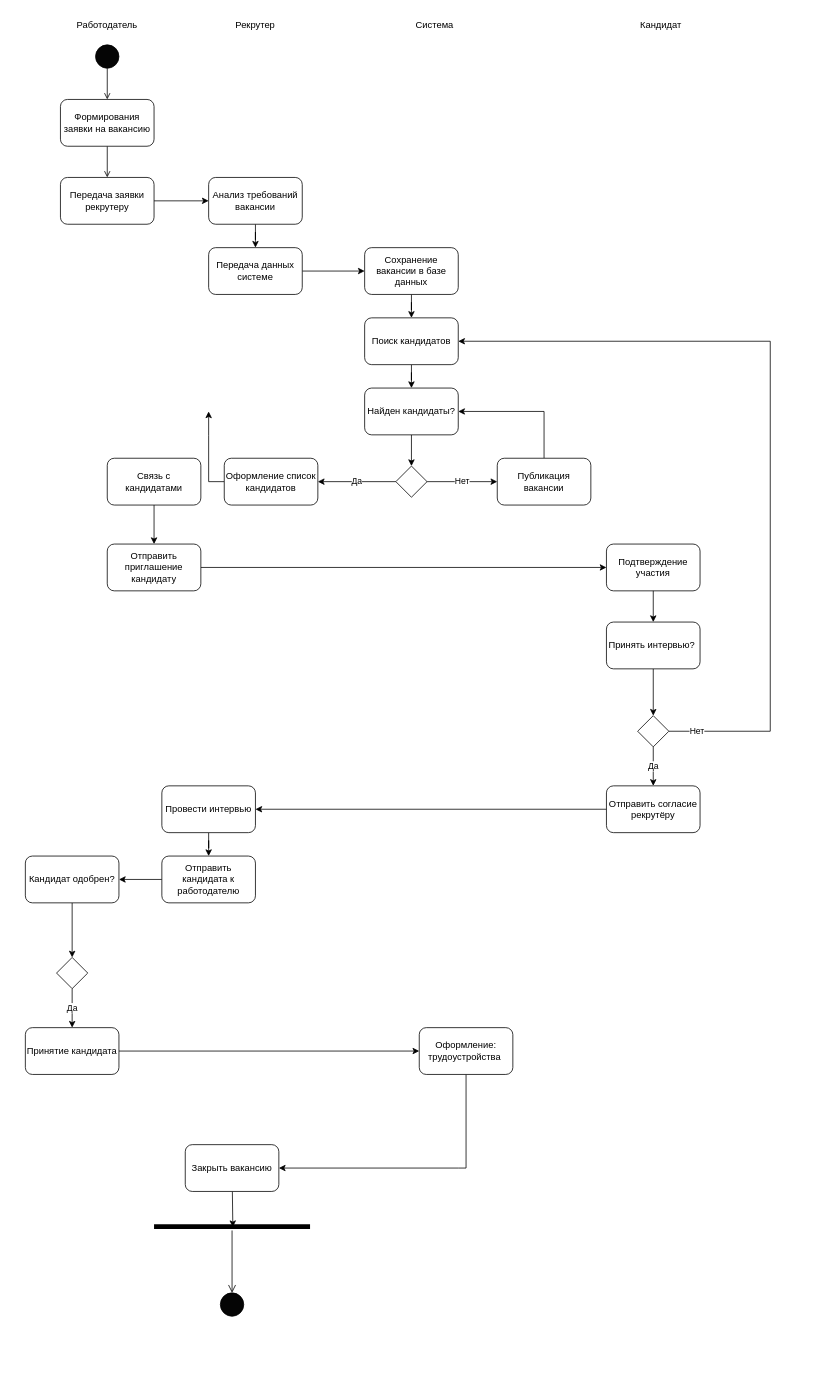
Regdal-cyber/Coursework keeps this draw.io diagram as Диаграмма_деятельности.drawio. Above is the earlier version. Source tidied: cells renumbered, new cells numbered last; positions are measured from the earlier drawing's top-left corner, leaving out a move shared by most shapes. Both pictures are drawn from the tidied source at 78%, with x=0, y=0 at pixel (25, 13).
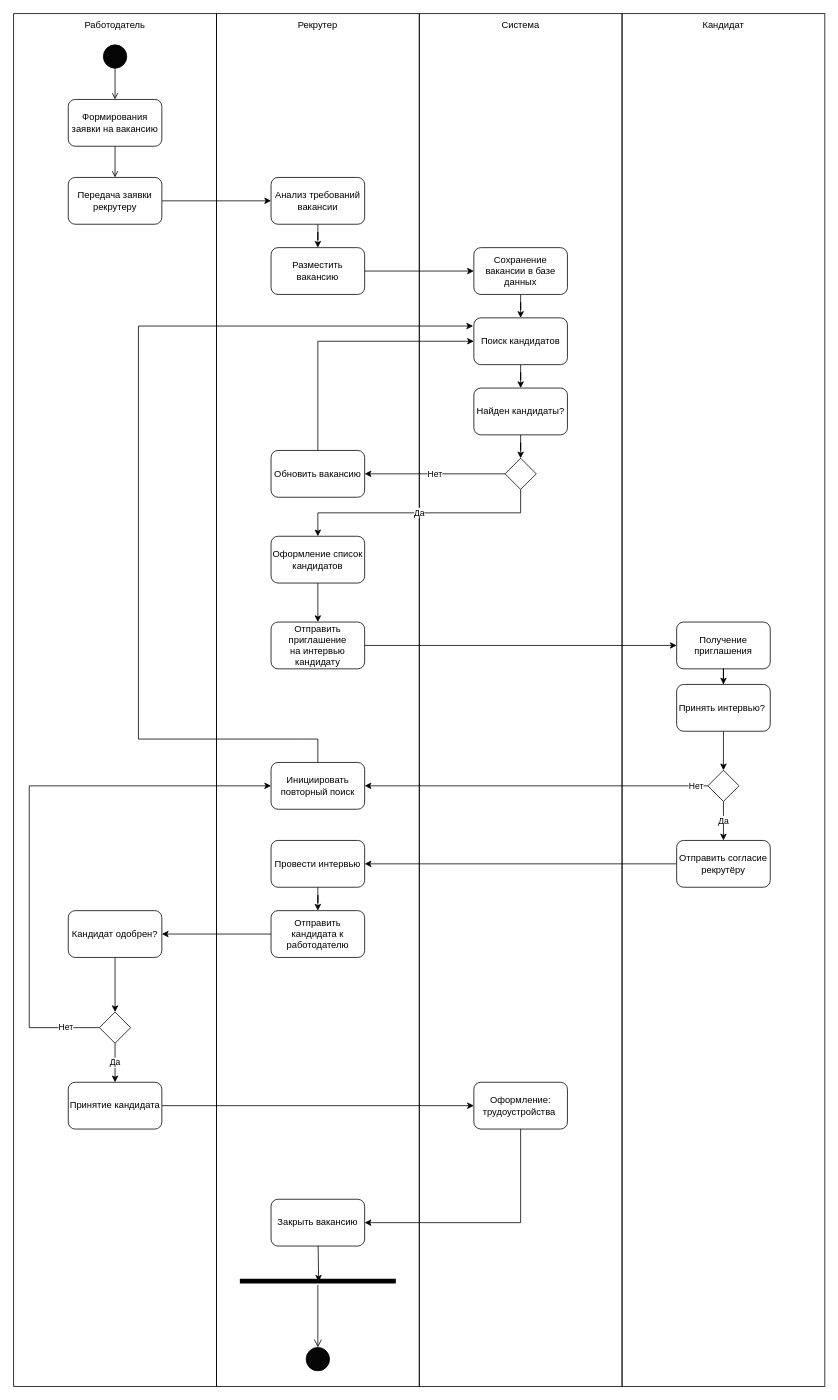
After the change.

Diff of the diagram source:
```diff
@@
+    <mxCell id="59" style="rounded=0;whiteSpace=wrap;html=1;fillColor=none;" parent="1" vertex="1">
+      <mxGeometry x="765" width="260" height="1760" as="geometry" />
+    </mxCell>
+    <mxCell id="60" style="rounded=0;whiteSpace=wrap;html=1;fillColor=none;" parent="1" vertex="1">
+      <mxGeometry x="505" width="260" height="1760" as="geometry" />
+    </mxCell>
+    <mxCell id="61" style="rounded=0;whiteSpace=wrap;html=1;fillColor=none;" parent="1" vertex="1">
+      <mxGeometry x="245" width="260" height="1760" as="geometry" />
+    </mxCell>
+    <mxCell id="62" style="rounded=0;whiteSpace=wrap;html=1;fillColor=none;" parent="1" vertex="1">
+      <mxGeometry x="-15" width="260" height="1760" as="geometry" />
+    </mxCell>
@@
     <mxCell id="3" style="ellipse;whiteSpace=wrap;html=1;fillColor=#050505;" parent="1" vertex="1">
-      <mxGeometry x="90" y="40" width="30" height="30" as="geometry" />
+      <mxGeometry x="100" y="40" width="30" height="30" as="geometry" />
     </mxCell>
@@
     <mxCell id="5" value="Формирования заявки на вакансию" style="rounded=1;whiteSpace=wrap;html=1;" parent="1" vertex="1">
-      <mxGeometry x="45" y="110" width="120" height="60" as="geometry" />
+      <mxGeometry x="55" y="110" width="120" height="60" as="geometry" />
     </mxCell>
     <mxCell id="6" value="Работодатель" style="text;html=1;whiteSpace=wrap;strokeColor=none;fillColor=none;align=center;verticalAlign=middle;rounded=0;" parent="1" vertex="1">
-      <mxGeometry x="75" width="60" height="30" as="geometry" />
+      <mxGeometry x="85" width="60" height="30" as="geometry" />
     </mxCell>
@@
     <mxCell id="8" value="Передача заявки рекрутеру" style="rounded=1;whiteSpace=wrap;html=1;" parent="1" vertex="1">
-      <mxGeometry x="45" y="210" width="120" height="60" as="geometry" />
+      <mxGeometry x="55" y="210" width="120" height="60" as="geometry" />
     </mxCell>
     <mxCell id="9" value="Рекрутер" style="text;html=1;whiteSpace=wrap;strokeColor=none;fillColor=none;align=center;verticalAlign=middle;rounded=0;" parent="1" vertex="1">
-      <mxGeometry x="265" width="60" height="30" as="geometry" />
+      <mxGeometry x="345" width="60" height="30" as="geometry" />
     </mxCell>
@@
     <mxCell id="11" value="Анализ требований вакансии" style="rounded=1;whiteSpace=wrap;html=1;" parent="1" vertex="1">
-      <mxGeometry x="235" y="210" width="120" height="60" as="geometry" />
+      <mxGeometry x="315" y="210" width="120" height="60" as="geometry" />
     </mxCell>
@@
-    <mxCell id="13" value="Передача данных системе" style="rounded=1;whiteSpace=wrap;html=1;" parent="1" vertex="1">
-      <mxGeometry x="235" y="300" width="120" height="60" as="geometry" />
+    <mxCell id="13" value="Разместить вакансию" style="rounded=1;whiteSpace=wrap;html=1;" parent="1" vertex="1">
+      <mxGeometry x="315" y="300" width="120" height="60" as="geometry" />
     </mxCell>
@@
     <mxCell id="15" value="Сохранение вакансии в базе данных" style="rounded=1;whiteSpace=wrap;html=1;" parent="1" vertex="1">
-      <mxGeometry x="435" y="300" width="120" height="60" as="geometry" />
+      <mxGeometry x="575" y="300" width="120" height="60" as="geometry" />
     </mxCell>
@@
     <mxCell id="17" value="Поиск кандидатов" style="rounded=1;whiteSpace=wrap;html=1;" parent="1" vertex="1">
-      <mxGeometry x="435" y="390" width="120" height="60" as="geometry" />
+      <mxGeometry x="575" y="390" width="120" height="60" as="geometry" />
     </mxCell>
@@
-    <mxCell id="19" value="Да" style="edgeStyle=orthogonalEdgeStyle;rounded=0;jettySize=auto;html=1;exitX=0;exitY=0.5;exitDx=0;exitDy=0;" parent="1" edge="1" source="20" target="41">
+    <mxCell id="19" value="Да" style="edgeStyle=orthogonalEdgeStyle;rounded=0;jettySize=auto;html=1;exitX=0.5;exitY=1;exitDx=0;exitDy=0;" parent="1" edge="1" source="20" target="41">
       <mxGeometry relative="1" as="geometry" />
     </mxCell>
     <mxCell id="20" style="rhombus;whiteSpace=wrap;html=1;" parent="1" vertex="1">
-      <mxGeometry x="475" y="580" width="40" height="40" as="geometry" />
+      <mxGeometry x="615" y="570" width="40" height="40" as="geometry" />
     </mxCell>
-    <mxCell id="21" style="edgeStyle=orthogonalEdgeStyle;rounded=0;jettySize=auto;html=1;entryX=1;entryY=0.5;entryDx=0;entryDy=0;exitX=0.5;exitY=0;exitDx=0;exitDy=0;" parent="1" edge="1" source="22" target="34">
+    <mxCell id="21" style="edgeStyle=orthogonalEdgeStyle;rounded=0;jettySize=auto;html=1;entryX=0;entryY=0.5;entryDx=0;entryDy=0;exitX=0.5;exitY=0;exitDx=0;exitDy=0;" parent="1" edge="1" source="22" target="17">
       <mxGeometry relative="1" as="geometry" />
     </mxCell>
-    <mxCell id="22" value="Публикация вакансии" style="rounded=1;whiteSpace=wrap;html=1;" parent="1" vertex="1">
-      <mxGeometry x="605" y="570" width="120" height="60" as="geometry" />
+    <mxCell id="22" value="Обновить вакансию" style="rounded=1;whiteSpace=wrap;html=1;" parent="1" vertex="1">
+      <mxGeometry x="315" y="560" width="120" height="60" as="geometry" />
     </mxCell>
-    <mxCell id="23" style="edgeStyle=orthogonalEdgeStyle;rounded=0;jettySize=auto;html=1;" parent="1" edge="1" source="24" target="26">
-      <mxGeometry relative="1" as="geometry" />
-    </mxCell>
-    <mxCell id="24" value="Связь с кандидатами" style="rounded=1;whiteSpace=wrap;html=1;" parent="1" vertex="1">
-      <mxGeometry x="105" y="570" width="120" height="60" as="geometry" />
-    </mxCell>
-    <mxCell id="25" style="edgeStyle=orthogonalEdgeStyle;rounded=0;jettySize=auto;html=1;" parent="1" edge="1" source="26" target="28">
+    <mxCell id="25" style="edgeStyle=orthogonalEdgeStyle;rounded=0;jettySize=auto;html=1;exitX=1;exitY=0.5;exitDx=0;exitDy=0;entryX=0;entryY=0.5;entryDx=0;entryDy=0;" parent="1" edge="1" source="26" target="28">
       <mxGeometry relative="1" as="geometry" />
     </mxCell>
-    <mxCell id="26" value="Отправить приглашение кандидату" style="rounded=1;whiteSpace=wrap;html=1;" parent="1" vertex="1">
-      <mxGeometry x="105" y="680" width="120" height="60" as="geometry" />
+    <mxCell id="26" value="Отправить приглашение&lt;div&gt;на интервью кандидату&lt;/div&gt;" style="rounded=1;whiteSpace=wrap;html=1;" parent="1" vertex="1">
+      <mxGeometry x="315" y="780" width="120" height="60" as="geometry" />
     </mxCell>
@@
-    <mxCell id="28" value="Подтверждение участия" style="rounded=1;whiteSpace=wrap;html=1;" parent="1" vertex="1">
-      <mxGeometry x="745" y="680" width="120" height="60" as="geometry" />
+    <mxCell id="28" value="Получение приглашения" style="rounded=1;whiteSpace=wrap;html=1;" parent="1" vertex="1">
+      <mxGeometry x="835" y="780" width="120" height="60" as="geometry" />
     </mxCell>
@@
-    <mxCell id="30" value="Нет" style="edgeStyle=orthogonalEdgeStyle;rounded=0;jettySize=auto;html=1;entryX=1;entryY=0.5;entryDx=0;entryDy=0;exitX=1;exitY=0.5;exitDx=0;exitDy=0;" parent="1" edge="1" source="31" target="17">
+    <mxCell id="30" value="Нет" style="edgeStyle=orthogonalEdgeStyle;rounded=0;jettySize=auto;html=1;exitX=0;exitY=0.5;exitDx=0;exitDy=0;entryX=1;entryY=0.5;entryDx=0;entryDy=0;" parent="1" edge="1" source="31" target="66">
       <mxGeometry x="-0.93" relative="1" as="geometry">
         <Array as="points">
-          <mxPoint x="955" y="920" />
-          <mxPoint x="955" y="420" />
+          <mxPoint x="475" y="990" />
+          <mxPoint x="475" y="990" />
         </Array>
       </mxGeometry>
     </mxCell>
     <mxCell id="31" style="rhombus;whiteSpace=wrap;html=1;" parent="1" vertex="1">
-      <mxGeometry x="785" y="900" width="40" height="40" as="geometry" />
+      <mxGeometry x="875" y="970" width="40" height="40" as="geometry" />
     </mxCell>
     <mxCell id="32" value="Кандидат" style="text;html=1;whiteSpace=wrap;strokeColor=none;fillColor=none;align=center;verticalAlign=middle;rounded=0;" parent="1" vertex="1">
-      <mxGeometry x="785" width="60" height="30" as="geometry" />
+      <mxGeometry x="865" width="60" height="30" as="geometry" />
     </mxCell>
@@
     <mxCell id="34" value="Найден кандидаты?" style="rounded=1;whiteSpace=wrap;html=1;" parent="1" vertex="1">
-      <mxGeometry x="435" y="480" width="120" height="60" as="geometry" />
+      <mxGeometry x="575" y="480" width="120" height="60" as="geometry" />
     </mxCell>
@@
     <mxCell id="36" value="Принять интервью?&amp;nbsp;" style="rounded=1;whiteSpace=wrap;html=1;" parent="1" vertex="1">
-      <mxGeometry x="745" y="780" width="120" height="60" as="geometry" />
+      <mxGeometry x="835" y="860" width="120" height="60" as="geometry" />
     </mxCell>
     <mxCell id="37" value="Система" style="text;html=1;whiteSpace=wrap;strokeColor=none;fillColor=none;align=center;verticalAlign=middle;rounded=0;" parent="1" vertex="1">
-      <mxGeometry x="495" width="60" height="30" as="geometry" />
+      <mxGeometry x="605" width="60" height="30" as="geometry" />
     </mxCell>
@@
     <mxCell id="39" value="Отправить согласие рекрутёру" style="rounded=1;whiteSpace=wrap;html=1;" parent="1" vertex="1">
-      <mxGeometry x="745" y="990" width="120" height="60" as="geometry" />
+      <mxGeometry x="835" y="1060" width="120" height="60" as="geometry" />
     </mxCell>
-    <mxCell id="40" style="edgeStyle=orthogonalEdgeStyle;rounded=0;jettySize=auto;html=1;" parent="1" edge="1" source="41">
-      <mxGeometry relative="1" as="geometry">
-        <mxPoint x="235" y="510" as="targetPoint" />
-      </mxGeometry>
-    </mxCell>
+    <mxCell id="63" style="edgeStyle=orthogonalEdgeStyle;rounded=0;jettySize=auto;html=1;entryX=0.5;entryY=0;entryDx=0;entryDy=0;" parent="1" edge="1" source="41" target="26">
+      <mxGeometry relative="1" as="geometry" />
+    </mxCell>
     <mxCell id="41" value="Оформление список кандидатов" style="rounded=1;whiteSpace=wrap;html=1;" parent="1" vertex="1">
-      <mxGeometry x="255" y="570" width="120" height="60" as="geometry" />
+      <mxGeometry x="315" y="670" width="120" height="60" as="geometry" />
     </mxCell>
@@
     <mxCell id="43" value="Провести интервью" style="rounded=1;whiteSpace=wrap;html=1;" parent="1" vertex="1">
-      <mxGeometry x="175" y="990" width="120" height="60" as="geometry" />
+      <mxGeometry x="315" y="1060" width="120" height="60" as="geometry" />
     </mxCell>
@@
     <mxCell id="45" value="Отправить кандидата к работодателю" style="rounded=1;whiteSpace=wrap;html=1;" parent="1" vertex="1">
-      <mxGeometry x="175" y="1080" width="120" height="60" as="geometry" />
+      <mxGeometry x="315" y="1150" width="120" height="60" as="geometry" />
     </mxCell>
@@
     <mxCell id="47" value="Кандидат одобрен?" style="rounded=1;whiteSpace=wrap;html=1;" parent="1" vertex="1">
-      <mxGeometry y="1080" width="120" height="60" as="geometry" />
+      <mxGeometry x="55" y="1150" width="120" height="60" as="geometry" />
     </mxCell>
@@
+    <mxCell id="64" value="Нет" style="edgeStyle=orthogonalEdgeStyle;rounded=0;jettySize=auto;html=1;entryX=0;entryY=0.5;entryDx=0;entryDy=0;" parent="1" edge="1" source="49" target="66">
+      <mxGeometry x="-0.88" relative="1" as="geometry">
+        <Array as="points">
+          <mxPoint x="5" y="1300" />
+          <mxPoint x="5" y="990" />
+        </Array>
+      </mxGeometry>
+    </mxCell>
     <mxCell id="49" style="rhombus;whiteSpace=wrap;html=1;" parent="1" vertex="1">
-      <mxGeometry x="40" y="1210" width="40" height="40" as="geometry" />
+      <mxGeometry x="95" y="1280" width="40" height="40" as="geometry" />
     </mxCell>
@@
     <mxCell id="51" value="Принятие кандидата" style="rounded=1;whiteSpace=wrap;html=1;" parent="1" vertex="1">
-      <mxGeometry y="1300" width="120" height="60" as="geometry" />
+      <mxGeometry x="55" y="1370" width="120" height="60" as="geometry" />
     </mxCell>
-    <mxCell id="52" style="edgeStyle=orthogonalEdgeStyle;rounded=0;jettySize=auto;html=1;" parent="1" edge="1" source="53" target="55">
+    <mxCell id="52" style="edgeStyle=orthogonalEdgeStyle;rounded=0;jettySize=auto;html=1;exitX=0.5;exitY=1;exitDx=0;exitDy=0;" parent="1" edge="1" source="53" target="55">
       <mxGeometry relative="1" as="geometry">
         <Array as="points">
-          <mxPoint x="565" y="1480" />
-          <mxPoint x="555" y="1480" />
+          <mxPoint x="635" y="1550" />
         </Array>
       </mxGeometry>
     </mxCell>
     <mxCell id="53" value="Оформление: трудоустройства&amp;nbsp;" style="rounded=1;whiteSpace=wrap;html=1;" parent="1" vertex="1">
-      <mxGeometry x="505" y="1300" width="120" height="60" as="geometry" />
+      <mxGeometry x="575" y="1370" width="120" height="60" as="geometry" />
     </mxCell>
@@
     <mxCell id="55" value="Закрыть вакансию" style="rounded=1;whiteSpace=wrap;html=1;" parent="1" vertex="1">
-      <mxGeometry x="205" y="1450" width="120" height="60" as="geometry" />
+      <mxGeometry x="315" y="1520" width="120" height="60" as="geometry" />
     </mxCell>
     <mxCell id="56" style="ellipse;whiteSpace=wrap;html=1;fillColor=#050505;" parent="1" vertex="1">
-      <mxGeometry x="250" y="1640" width="30" height="30" as="geometry" />
+      <mxGeometry x="360" y="1710" width="30" height="30" as="geometry" />
     </mxCell>
     <mxCell id="57" style="shape=line;html=1;strokeWidth=6;" parent="1" vertex="1">
-      <mxGeometry x="165" y="1550" width="200" height="10" as="geometry" />
+      <mxGeometry x="275" y="1620" width="200" height="10" as="geometry" />
     </mxCell>
@@
+    <mxCell id="65" style="edgeStyle=orthogonalEdgeStyle;rounded=0;jettySize=auto;html=1;exitX=0.5;exitY=0;exitDx=0;exitDy=0;entryX=-0.008;entryY=0.175;entryDx=0;entryDy=0;entryPerimeter=0;" parent="1" edge="1" source="66" target="17">
+      <mxGeometry relative="1" as="geometry">
+        <Array as="points">
+          <mxPoint x="350" y="930" />
+          <mxPoint x="145" y="930" />
+          <mxPoint x="145" y="400" />
+          <mxPoint x="475" y="400" />
+        </Array>
+      </mxGeometry>
+    </mxCell>
+    <mxCell id="66" value="Инициировать повторный поиск" style="rounded=1;whiteSpace=wrap;html=1;" parent="1" vertex="1">
+      <mxGeometry x="315" y="960" width="120" height="60" as="geometry" />
+    </mxCell>
```
